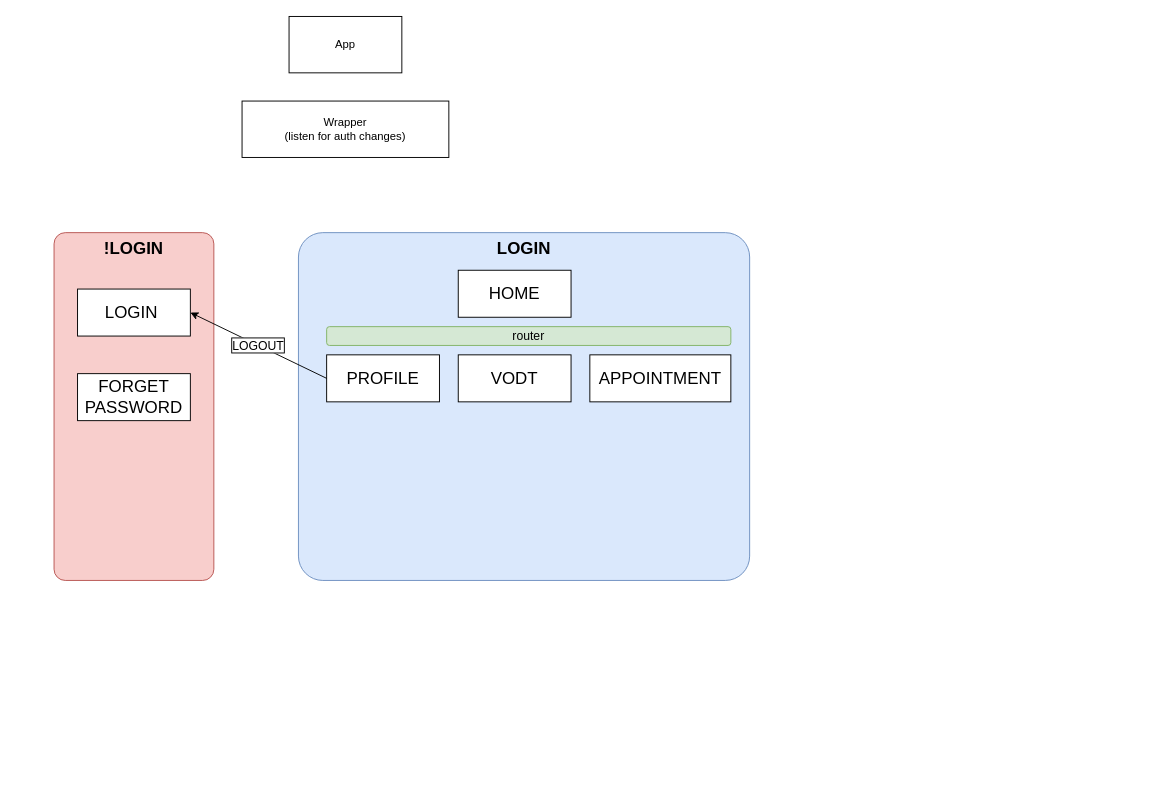
Before: architecture.drawio in lydia0423/TB_e_health, a draw.io diagram. Source tidied: cells renumbered, new cells numbered last; positions are measured from the earlier drawing's top-left corner, leaving out a move shared by most shapes. Both pictures are drawn from the tidied source at 94%, with x=0, y=0 at pixel (54, 16).
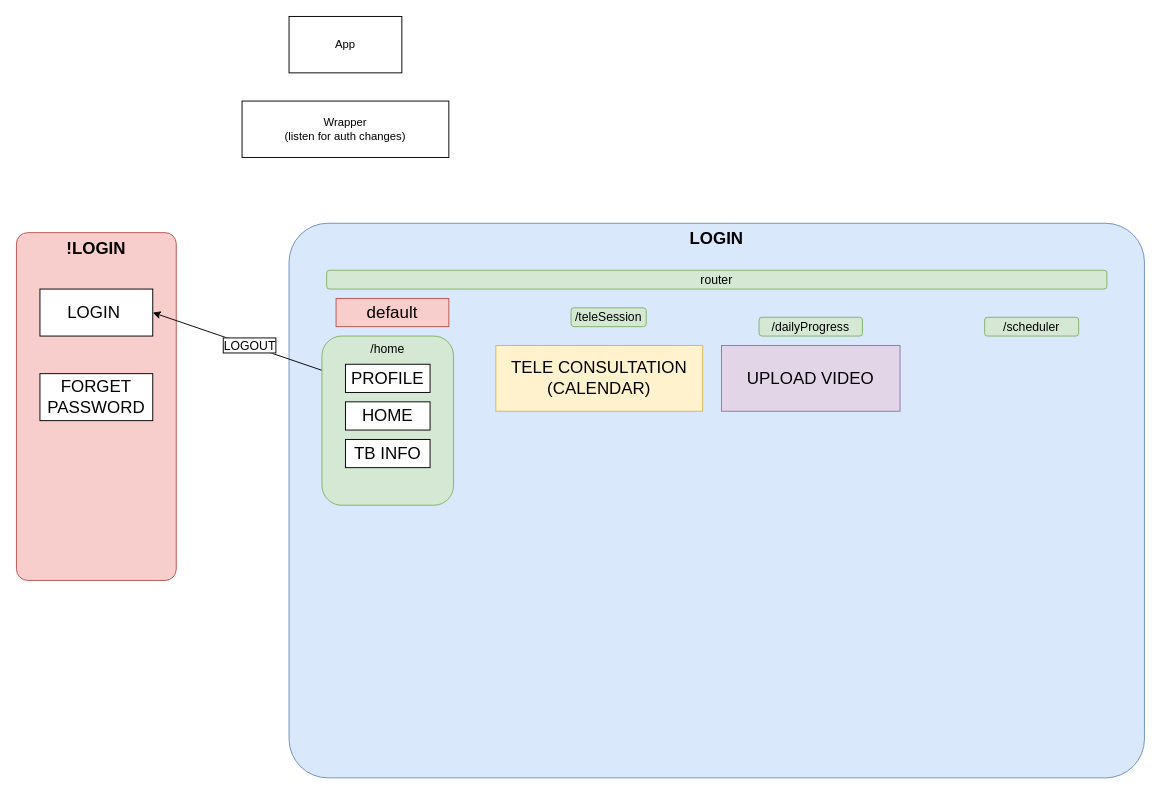
The same page after the edit.

What changed in the source:
```diff
@@
+    <mxCell id="5" value="LOGIN" style="rounded=1;whiteSpace=wrap;html=1;arcSize=7;fillColor=#dae8fc;strokeColor=#6c8ebf;horizontal=1;verticalAlign=top;fontStyle=1;fontSize=18;" parent="1" vertex="1">
+      <mxGeometry x="250" y="220" width="910" height="590" as="geometry" />
+    </mxCell>
@@
     <mxCell id="4" value="!LOGIN" style="rounded=1;whiteSpace=wrap;html=1;arcSize=7;fillColor=#f8cecc;strokeColor=#b85450;align=center;horizontal=1;verticalAlign=top;fontStyle=1;fontSize=18;" parent="1" vertex="1">
-      <mxGeometry y="230" width="170" height="370" as="geometry" />
+      <mxGeometry x="-40" y="230" width="170" height="370" as="geometry" />
     </mxCell>
-    <mxCell id="5" value="LOGIN" style="rounded=1;whiteSpace=wrap;html=1;arcSize=7;fillColor=#dae8fc;strokeColor=#6c8ebf;horizontal=1;verticalAlign=top;fontStyle=1;fontSize=18;" parent="1" vertex="1">
-      <mxGeometry x="260" y="230" width="480" height="370" as="geometry" />
-    </mxCell>
     <mxCell id="6" value="LOGIN&amp;nbsp;" style="rounded=0;whiteSpace=wrap;html=1;fontSize=18;verticalAlign=middle;" parent="1" vertex="1">
-      <mxGeometry x="25" y="290" width="120" height="50" as="geometry" />
+      <mxGeometry x="-15" y="290" width="120" height="50" as="geometry" />
     </mxCell>
-    <mxCell id="7" value="HOME" style="rounded=0;whiteSpace=wrap;html=1;fontSize=18;verticalAlign=middle;" parent="1" vertex="1">
-      <mxGeometry x="430" y="270" width="120" height="50" as="geometry" />
+    <mxCell id="7" value="default" style="rounded=0;whiteSpace=wrap;html=1;fontSize=18;verticalAlign=middle;fillColor=#f8cecc;strokeColor=#b85450;" parent="1" vertex="1">
+      <mxGeometry x="300" y="300" width="120" height="30" as="geometry" />
     </mxCell>
-    <mxCell id="8" value="PROFILE" style="rounded=0;whiteSpace=wrap;html=1;fontSize=18;verticalAlign=middle;" parent="1" vertex="1">
-      <mxGeometry x="290" y="360" width="120" height="50" as="geometry" />
-    </mxCell>
@@
-    <mxCell id="10" value="VODT" style="rounded=0;whiteSpace=wrap;html=1;fontSize=18;verticalAlign=middle;" parent="1" vertex="1">
-      <mxGeometry x="430" y="360" width="120" height="50" as="geometry" />
+    <mxCell id="10" value="TELE CONSULTATION&lt;br&gt;(CALENDAR)" style="rounded=0;whiteSpace=wrap;html=1;fontSize=18;verticalAlign=middle;fillColor=#fff2cc;strokeColor=#d6b656;" parent="1" vertex="1">
+      <mxGeometry x="470" y="350" width="220" height="70" as="geometry" />
     </mxCell>
-    <mxCell id="11" value="APPOINTMENT" style="rounded=0;whiteSpace=wrap;html=1;fontSize=18;verticalAlign=middle;" parent="1" vertex="1">
-      <mxGeometry x="570" y="360" width="150" height="50" as="geometry" />
+    <mxCell id="11" value="UPLOAD VIDEO" style="rounded=0;whiteSpace=wrap;html=1;fontSize=18;verticalAlign=middle;fillColor=#e1d5e7;strokeColor=#9673a6;" parent="1" vertex="1">
+      <mxGeometry x="710" y="350" width="190" height="70" as="geometry" />
     </mxCell>
     <mxCell id="12" value="FORGET PASSWORD" style="rounded=0;whiteSpace=wrap;html=1;fontSize=18;verticalAlign=middle;" parent="1" vertex="1">
-      <mxGeometry x="25" y="380" width="120" height="50" as="geometry" />
+      <mxGeometry x="-15" y="380" width="120" height="50" as="geometry" />
     </mxCell>
     <mxCell id="13" value="router" style="rounded=1;whiteSpace=wrap;html=1;fontSize=13;verticalAlign=middle;fillColor=#d5e8d4;strokeColor=#82b366;" parent="1" vertex="1">
-      <mxGeometry x="290" y="330" width="430" height="20" as="geometry" />
+      <mxGeometry x="290" y="270" width="830" height="20" as="geometry" />
     </mxCell>
+    <mxCell id="14" value="/teleSession" style="rounded=1;whiteSpace=wrap;html=1;fontSize=13;verticalAlign=middle;fillColor=#d5e8d4;strokeColor=#82b366;" parent="1" vertex="1">
+      <mxGeometry x="550" y="310" width="80" height="20" as="geometry" />
+    </mxCell>
+    <mxCell id="15" value="/dailyProgress" style="rounded=1;whiteSpace=wrap;html=1;fontSize=13;verticalAlign=middle;fillColor=#d5e8d4;strokeColor=#82b366;" parent="1" vertex="1">
+      <mxGeometry x="750" y="320" width="110" height="20" as="geometry" />
+    </mxCell>
+    <mxCell id="16" value="/scheduler" style="rounded=1;whiteSpace=wrap;html=1;fontSize=13;verticalAlign=middle;fillColor=#d5e8d4;strokeColor=#82b366;" parent="1" vertex="1">
+      <mxGeometry x="990" y="320" width="100" height="20" as="geometry" />
+    </mxCell>
+    <mxCell id="17" style="edgeStyle=orthogonalEdgeStyle;rounded=0;orthogonalLoop=1;jettySize=auto;html=1;exitX=0.5;exitY=1;exitDx=0;exitDy=0;fontSize=13;" parent="1" edge="1" source="15" target="15">
+      <mxGeometry relative="1" as="geometry" />
+    </mxCell>
+    <mxCell id="18" style="group;" parent="1" vertex="1">
+      <mxGeometry x="285" y="340" width="140" height="180" as="geometry" />
+    </mxCell>
+    <mxCell id="19" value="/home" style="rounded=1;whiteSpace=wrap;html=1;fontSize=13;verticalAlign=top;fillColor=#d5e8d4;strokeColor=#82b366;" parent="18" vertex="1">
+      <mxGeometry width="140" height="180" as="geometry" />
+    </mxCell>
+    <mxCell id="8" value="PROFILE" style="rounded=0;whiteSpace=wrap;html=1;fontSize=18;verticalAlign=middle;" parent="18" vertex="1">
+      <mxGeometry x="25" y="30" width="90" height="30" as="geometry" />
+    </mxCell>
+    <mxCell id="20" value="HOME" style="rounded=0;whiteSpace=wrap;html=1;fontSize=18;verticalAlign=middle;" parent="18" vertex="1">
+      <mxGeometry x="25" y="70" width="90" height="30" as="geometry" />
+    </mxCell>
+    <mxCell id="21" value="TB INFO" style="rounded=0;whiteSpace=wrap;html=1;fontSize=18;verticalAlign=middle;" parent="18" vertex="1">
+      <mxGeometry x="25" y="110" width="90" height="30" as="geometry" />
+    </mxCell>
```
